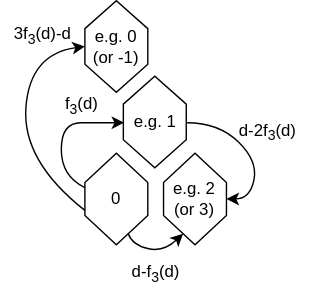
The draw.io diagram layouts/janko.svg in carlhenrikrolf/microtonOS, before a commit. Source tidied: cells renumbered, new cells last; positions are measured from the earlier drawing's top-left corner, leaving out a move shared by most shapes.
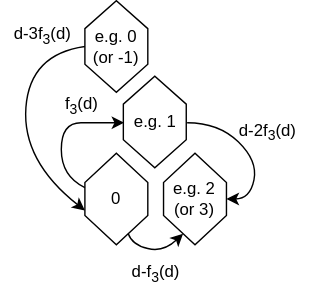
After the change.

Diff of the diagram source:
```diff
@@ -42,7 +42,7 @@
         </Array>
       </mxGeometry>
     </mxCell>
-    <mxCell id="9" style="curved=1;endArrow=classic;html=1;rounded=0;exitX=0.625;exitY=1;exitDx=0;exitDy=0;entryX=0.5;entryY=1;entryDx=0;entryDy=0;" parent="2" edge="1" source="3" target="5">
+    <mxCell id="9" style="curved=1;endArrow=none;html=1;rounded=0;exitX=0.625;exitY=1;exitDx=0;exitDy=0;entryX=0.5;entryY=1;entryDx=0;entryDy=0;startArrow=classic;startFill=1;endFill=0;" parent="2" edge="1" source="3" target="5">
       <mxGeometry relative="1" as="geometry">
         <Array as="points">
           <mxPoint y="114.5" />
@@ -59,7 +59,7 @@
     <mxCell id="12" value="d-2f&lt;sub&gt;3&lt;/sub&gt;(d)" style="text;html=1;align=center;verticalAlign=middle;whiteSpace=wrap;rounded=0;" parent="2" vertex="1">
       <mxGeometry x="146.2" y="79.1" width="60" height="30" as="geometry" />
     </mxCell>
-    <mxCell id="13" value="3f&lt;sub&gt;3&lt;/sub&gt;(d)-d" style="text;html=1;align=center;verticalAlign=middle;whiteSpace=wrap;rounded=0;" parent="2" vertex="1">
+    <mxCell id="13" value="&lt;div&gt;d-3f&lt;sub&gt;3&lt;/sub&gt;(d)&lt;/div&gt;" style="text;html=1;align=center;verticalAlign=middle;whiteSpace=wrap;rounded=0;" parent="2" vertex="1">
       <mxGeometry x="-15" y="10" width="60" height="30" as="geometry" />
     </mxCell>
     <mxCell id="14" value="d-f&lt;sub&gt;3&lt;/sub&gt;(d)" style="text;html=1;align=center;verticalAlign=middle;whiteSpace=wrap;rounded=0;" parent="1" vertex="1">
```
